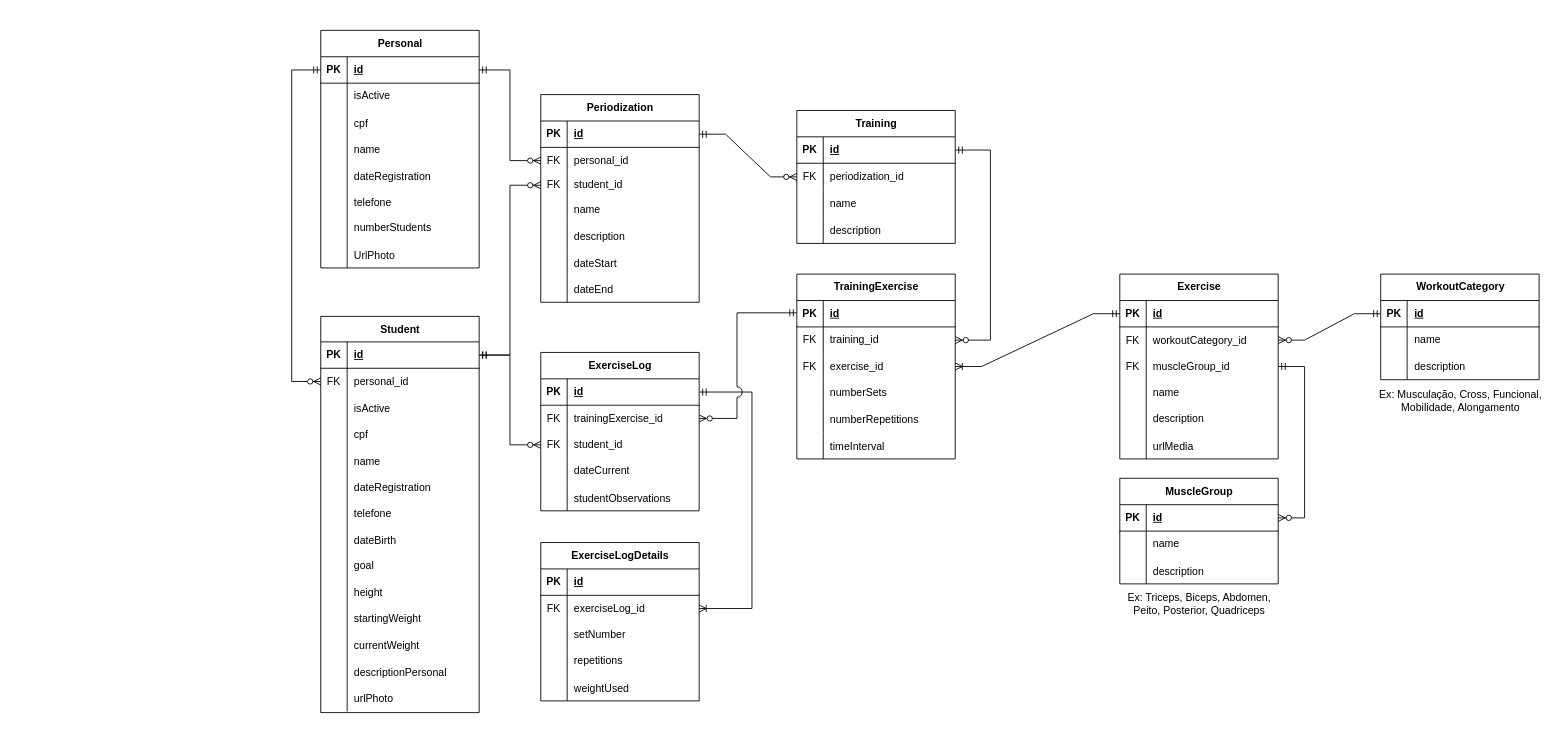
Earlier version of the draw.io diagram Docs/Diagrams/ER-v2.drawio (GubioGarcia/Training). Source tidied: cells renumbered, new cells numbered last; positions are measured from the earlier drawing's top-left corner, leaving out a move shared by most shapes. Both pictures are drawn from the tidied source at 88%, with x=0, y=0 at pixel (291, 30).
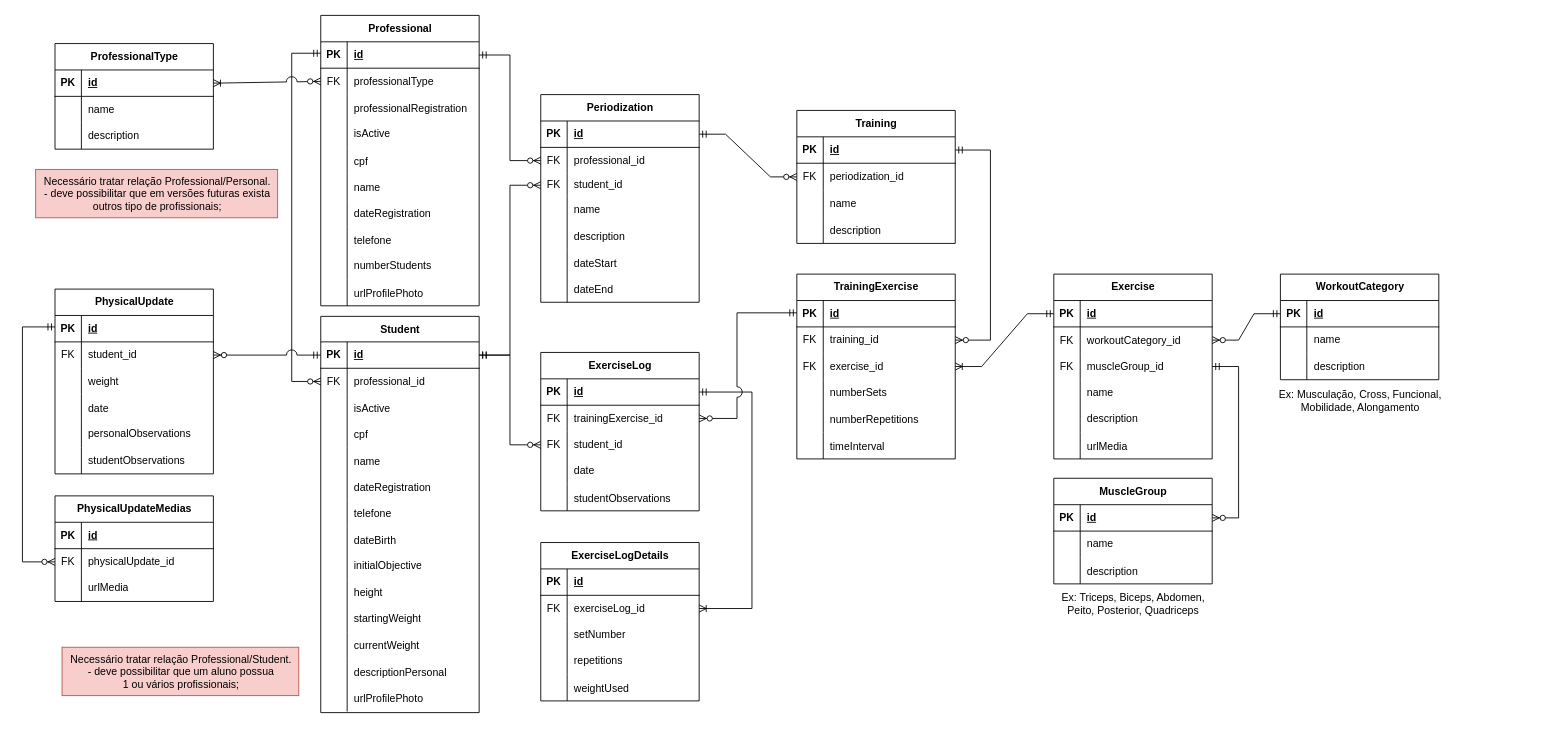
After the change.

Unchanged cells that the change refers to:
```xml
<mxCell id="3" style="shape=tableRow;horizontal=0;startSize=0;swimlaneHead=0;swimlaneBody=0;fillColor=none;points=[[0,0.5],[1,0.5]];portConstraint=eastwest;top=0;left=0;right=0;bottom=1;" parent="2" vertex="1">
  <mxGeometry y="30" width="180" height="30" as="geometry" />
</mxCell>
<mxCell id="28" style="shape=tableRow;horizontal=0;startSize=0;swimlaneHead=0;swimlaneBody=0;fillColor=none;points=[[0,0.5],[1,0.5]];portConstraint=eastwest;top=0;left=0;right=0;bottom=1;" parent="27" vertex="1">
  <mxGeometry y="29" width="180" height="30" as="geometry" />
</mxCell>
<mxCell id="31" style="shape=tableRow;horizontal=0;startSize=0;swimlaneHead=0;swimlaneBody=0;fillColor=none;points=[[0,0.5],[1,0.5]];portConstraint=eastwest;top=0;left=0;right=0;bottom=0;" parent="27" vertex="1">
  <mxGeometry y="59" width="180" height="30" as="geometry" />
</mxCell>
<mxCell id="52" style="shape=tableRow;horizontal=0;startSize=0;swimlaneHead=0;swimlaneBody=0;fillColor=none;top=0;left=0;right=0;bottom=0;" parent="27" vertex="1">
  <mxGeometry y="269" width="180" height="30" as="geometry" />
</mxCell>
<mxCell id="67" style="shape=tableRow;horizontal=0;startSize=0;swimlaneHead=0;swimlaneBody=0;fillColor=none;top=0;left=0;right=0;bottom=0;" parent="27" vertex="1">
  <mxGeometry y="419" width="180" height="30" as="geometry" />
</mxCell>
<mxCell id="74" style="shape=tableRow;horizontal=0;startSize=0;swimlaneHead=0;swimlaneBody=0;fillColor=none;points=[[0,0.5],[1,0.5]];portConstraint=eastwest;top=0;left=0;right=0;bottom=0;" parent="70" vertex="1">
  <mxGeometry y="60" width="180" height="30" as="geometry" />
</mxCell>
<mxCell id="157" style="shape=tableRow;horizontal=0;startSize=0;swimlaneHead=0;swimlaneBody=0;fillColor=none;top=0;left=0;right=0;bottom=0;" parent="147" vertex="1">
  <mxGeometry y="120" width="180" height="30" as="geometry" />
</mxCell>
```

The edit, as a diff of the source:
```diff
@@
-    <mxCell id="2" value="Personal" style="shape=table;startSize=30;childLayout=tableLayout;rowLines=0;fontStyle=1;align=center;html=1;" parent="1" vertex="1">
-      <mxGeometry x="33" width="180" height="270" as="geometry" />
+    <mxCell id="2" value="Professional" style="shape=table;startSize=30;childLayout=tableLayout;rowLines=0;fontStyle=1;align=center;html=1;" parent="1" vertex="1">
+      <mxGeometry x="33" y="-17" width="180" height="330" as="geometry" />
     </mxCell>
@@
+    <mxCell id="208" style="shape=tableRow;horizontal=0;startSize=0;swimlaneHead=0;swimlaneBody=0;fillColor=none;points=[[0,0.5],[1,0.5]];portConstraint=eastwest;top=0;left=0;right=0;bottom=0;" parent="2" vertex="1">
+      <mxGeometry y="60" width="180" height="30" as="geometry" />
+    </mxCell>
+    <mxCell id="209" value="FK" style="shape=partialRectangle;fillColor=none;top=0;left=0;bottom=0;right=0;overflow=hidden;" parent="208" vertex="1">
+      <mxGeometry width="30" height="30" as="geometry" />
+    </mxCell>
+    <mxCell id="210" value="professionalType" style="shape=partialRectangle;fillColor=none;top=0;left=0;bottom=0;right=0;align=left;spacingLeft=6;overflow=hidden;" parent="208" vertex="1">
+      <mxGeometry x="30" width="150" height="30" as="geometry" />
+    </mxCell>
+    <mxCell id="211" style="shape=tableRow;horizontal=0;startSize=0;swimlaneHead=0;swimlaneBody=0;fillColor=none;top=0;left=0;right=0;bottom=0;" parent="2" vertex="1">
+      <mxGeometry y="90" width="180" height="30" as="geometry" />
+    </mxCell>
+    <mxCell id="212" style="shape=partialRectangle;fillColor=none;top=0;left=0;bottom=0;right=0;overflow=hidden;" parent="211" vertex="1">
+      <mxGeometry width="30" height="30" as="geometry" />
+    </mxCell>
+    <mxCell id="213" value="professionalRegistration" style="shape=partialRectangle;fillColor=none;top=0;left=0;bottom=0;right=0;align=left;spacingLeft=6;overflow=hidden;" parent="211" vertex="1">
+      <mxGeometry x="30" width="150" height="30" as="geometry" />
+    </mxCell>
     <mxCell id="6" style="shape=tableRow;horizontal=0;startSize=0;swimlaneHead=0;swimlaneBody=0;fillColor=none;top=0;left=0;right=0;bottom=0;" parent="2" vertex="1">
-      <mxGeometry y="60" width="180" height="30" as="geometry" />
+      <mxGeometry y="120" width="180" height="30" as="geometry" />
     </mxCell>
@@
     <mxCell id="9" style="shape=tableRow;horizontal=0;startSize=0;swimlaneHead=0;swimlaneBody=0;fillColor=none;top=0;left=0;right=0;bottom=0;" parent="2" vertex="1">
-      <mxGeometry y="90" width="180" height="30" as="geometry" />
+      <mxGeometry y="150" width="180" height="30" as="geometry" />
     </mxCell>
@@
     <mxCell id="12" style="shape=tableRow;horizontal=0;startSize=0;swimlaneHead=0;swimlaneBody=0;fillColor=none;top=0;left=0;right=0;bottom=0;" parent="2" vertex="1">
-      <mxGeometry y="120" width="180" height="30" as="geometry" />
+      <mxGeometry y="180" width="180" height="30" as="geometry" />
     </mxCell>
@@
     <mxCell id="15" style="shape=tableRow;horizontal=0;startSize=0;swimlaneHead=0;swimlaneBody=0;fillColor=none;top=0;left=0;right=0;bottom=0;" parent="2" vertex="1">
-      <mxGeometry y="150" width="180" height="30" as="geometry" />
+      <mxGeometry y="210" width="180" height="30" as="geometry" />
     </mxCell>
@@
     <mxCell id="18" style="shape=tableRow;horizontal=0;startSize=0;swimlaneHead=0;swimlaneBody=0;fillColor=none;top=0;left=0;right=0;bottom=0;" parent="2" vertex="1">
-      <mxGeometry y="180" width="180" height="30" as="geometry" />
+      <mxGeometry y="240" width="180" height="30" as="geometry" />
     </mxCell>
@@
     <mxCell id="21" style="shape=tableRow;horizontal=0;startSize=0;swimlaneHead=0;swimlaneBody=0;fillColor=none;top=0;left=0;right=0;bottom=0;" parent="2" vertex="1">
-      <mxGeometry y="210" width="180" height="30" as="geometry" />
+      <mxGeometry y="270" width="180" height="30" as="geometry" />
     </mxCell>
@@
     <mxCell id="24" style="shape=tableRow;horizontal=0;startSize=0;swimlaneHead=0;swimlaneBody=0;fillColor=none;top=0;left=0;right=0;bottom=0;" parent="2" vertex="1">
-      <mxGeometry y="240" width="180" height="30" as="geometry" />
+      <mxGeometry y="300" width="180" height="30" as="geometry" />
     </mxCell>
@@
-    <mxCell id="26" value="UrlPhoto" style="shape=partialRectangle;fillColor=none;top=0;left=0;bottom=0;right=0;align=left;spacingLeft=6;overflow=hidden;" parent="24" vertex="1">
+    <mxCell id="26" value="urlProfilePhoto" style="shape=partialRectangle;fillColor=none;top=0;left=0;bottom=0;right=0;align=left;spacingLeft=6;overflow=hidden;" parent="24" vertex="1">
       <mxGeometry x="30" width="150" height="30" as="geometry" />
     </mxCell>
@@
-    <mxCell id="33" value="personal_id " style="shape=partialRectangle;fillColor=none;top=0;left=0;bottom=0;right=0;align=left;spacingLeft=6;overflow=hidden;" parent="31" vertex="1">
+    <mxCell id="33" value="professional_id " style="shape=partialRectangle;fillColor=none;top=0;left=0;bottom=0;right=0;align=left;spacingLeft=6;overflow=hidden;" parent="31" vertex="1">
       <mxGeometry x="30" width="150" height="30" as="geometry" />
     </mxCell>
@@
-    <mxCell id="54" value="goal" style="shape=partialRectangle;fillColor=none;top=0;left=0;bottom=0;right=0;align=left;spacingLeft=6;overflow=hidden;whiteSpace=wrap;html=1;" parent="52" vertex="1">
+    <mxCell id="54" value="initialObjective" style="shape=partialRectangle;fillColor=none;top=0;left=0;bottom=0;right=0;align=left;spacingLeft=6;overflow=hidden;whiteSpace=wrap;html=1;" parent="52" vertex="1">
       <mxGeometry x="30" width="150" height="30" as="geometry" />
     </mxCell>
@@
-    <mxCell id="69" value="urlPhoto" style="shape=partialRectangle;fillColor=none;top=0;left=0;bottom=0;right=0;align=left;spacingLeft=6;overflow=hidden;" parent="67" vertex="1">
+    <mxCell id="69" value="urlProfilePhoto" style="shape=partialRectangle;fillColor=none;top=0;left=0;bottom=0;right=0;align=left;spacingLeft=6;overflow=hidden;" parent="67" vertex="1">
       <mxGeometry x="30" width="150" height="30" as="geometry" />
     </mxCell>
@@
-    <mxCell id="76" value="personal_id" style="shape=partialRectangle;fillColor=none;top=0;left=0;bottom=0;right=0;align=left;spacingLeft=6;overflow=hidden;whiteSpace=wrap;html=1;" parent="74" vertex="1">
+    <mxCell id="76" value="professional_id" style="shape=partialRectangle;fillColor=none;top=0;left=0;bottom=0;right=0;align=left;spacingLeft=6;overflow=hidden;whiteSpace=wrap;html=1;" parent="74" vertex="1">
       <mxGeometry x="30" width="150" height="30" as="geometry" />
     </mxCell>
@@
     <mxCell id="106" value="Exercise" style="shape=table;startSize=30;childLayout=tableLayout;rowLines=0;fontStyle=1;align=center;html=1;" parent="1" vertex="1">
-      <mxGeometry x="941" y="277" width="180" height="210" as="geometry" />
+      <mxGeometry x="866" y="277" width="180" height="210" as="geometry" />
     </mxCell>
@@
-    <mxCell id="146" style="edgeStyle=orthogonalEdgeStyle;fontSize=12;html=1;endArrow=ERzeroToMany;startArrow=ERmandOne;rounded=0;strokeColor=default;" parent="1" edge="1" source="3" target="31">
+    <mxCell id="146" style="edgeStyle=orthogonalEdgeStyle;fontSize=12;html=1;endArrow=ERzeroToMany;startArrow=ERmandOne;rounded=0;strokeColor=default;jumpStyle=none;jumpSize=13;" parent="1" edge="1" source="3" target="31">
       <mxGeometry relative="1" as="geometry">
         <Array as="points">
-          <mxPoint y="45" />
+          <mxPoint y="26" />
           <mxPoint y="399" />
         </Array>
       </mxGeometry>
     </mxCell>
@@
-    <mxCell id="159" value="dateCurrent" style="shape=partialRectangle;fillColor=none;top=0;left=0;bottom=0;right=0;align=left;spacingLeft=6;overflow=hidden;whiteSpace=wrap;html=1;" parent="157" vertex="1">
+    <mxCell id="159" value="date" style="shape=partialRectangle;fillColor=none;top=0;left=0;bottom=0;right=0;align=left;spacingLeft=6;overflow=hidden;whiteSpace=wrap;html=1;" parent="157" vertex="1">
       <mxGeometry x="30" width="150" height="30" as="geometry" />
     </mxCell>
@@
     <mxCell id="183" value="WorkoutCategory" style="shape=table;startSize=30;childLayout=tableLayout;rowLines=0;fontStyle=1;align=center;html=1;" parent="1" vertex="1">
-      <mxGeometry x="1237.5" y="277" width="180" height="120" as="geometry" />
+      <mxGeometry x="1123.5" y="277" width="180" height="120" as="geometry" />
     </mxCell>
@@
     <mxCell id="193" value="MuscleGroup" style="shape=table;startSize=30;childLayout=tableLayout;rowLines=0;fontStyle=1;align=center;html=1;" parent="1" vertex="1">
-      <mxGeometry x="941" y="509" width="180" height="120" as="geometry" />
+      <mxGeometry x="866" y="509" width="180" height="120" as="geometry" />
     </mxCell>
@@
     <mxCell id="204" value="Ex: Triceps, Biceps, Abdomen,&lt;br&gt;Peito, Posterior, Quadriceps" style="text;html=1;align=center;verticalAlign=middle;strokeColor=none;fillColor=none;" parent="1" vertex="1">
-      <mxGeometry x="940" y="631" width="181" height="41" as="geometry" />
+      <mxGeometry x="865" y="631" width="181" height="41" as="geometry" />
     </mxCell>
     <mxCell id="205" value="Ex: Musculação, Cross, Funcional,&lt;br&gt;Mobilidade, Alongamento" style="text;html=1;align=center;verticalAlign=middle;strokeColor=none;fillColor=none;" parent="1" vertex="1">
-      <mxGeometry x="1226" y="400" width="203" height="41" as="geometry" />
+      <mxGeometry x="1112" y="400" width="203" height="41" as="geometry" />
     </mxCell>
@@
+    <mxCell id="214" value="PhysicalUpdate" style="shape=table;startSize=30;childLayout=tableLayout;rowLines=0;fontStyle=1;align=center;html=1;" parent="1" vertex="1">
+      <mxGeometry x="-269" y="294" width="180" height="210" as="geometry" />
+    </mxCell>
+    <mxCell id="215" style="shape=tableRow;horizontal=0;startSize=0;swimlaneHead=0;swimlaneBody=0;fillColor=none;points=[[0,0.5],[1,0.5]];portConstraint=eastwest;top=0;left=0;right=0;bottom=1;" parent="214" vertex="1">
+      <mxGeometry y="30" width="180" height="30" as="geometry" />
+    </mxCell>
+    <mxCell id="216" value="PK" style="shape=partialRectangle;fillColor=none;top=0;left=0;bottom=0;right=0;fontStyle=1;overflow=hidden;whiteSpace=wrap;html=1;" parent="215" vertex="1">
+      <mxGeometry width="30" height="30" as="geometry" />
+    </mxCell>
+    <mxCell id="217" value="id" style="shape=partialRectangle;fillColor=none;top=0;left=0;bottom=0;right=0;align=left;spacingLeft=6;fontStyle=5;overflow=hidden;whiteSpace=wrap;html=1;" parent="215" vertex="1">
+      <mxGeometry x="30" width="150" height="30" as="geometry" />
+    </mxCell>
+    <mxCell id="218" style="shape=tableRow;horizontal=0;startSize=0;swimlaneHead=0;swimlaneBody=0;fillColor=none;points=[[0,0.5],[1,0.5]];portConstraint=eastwest;top=0;left=0;right=0;bottom=0;" parent="214" vertex="1">
+      <mxGeometry y="60" width="180" height="30" as="geometry" />
+    </mxCell>
+    <mxCell id="219" value="FK" style="shape=partialRectangle;fillColor=none;top=0;left=0;bottom=0;right=0;overflow=hidden;whiteSpace=wrap;html=1;" parent="218" vertex="1">
+      <mxGeometry width="30" height="30" as="geometry" />
+    </mxCell>
+    <mxCell id="220" value="student_id" style="shape=partialRectangle;fillColor=none;top=0;left=0;bottom=0;right=0;align=left;spacingLeft=6;overflow=hidden;whiteSpace=wrap;html=1;" parent="218" vertex="1">
+      <mxGeometry x="30" width="150" height="30" as="geometry" />
+    </mxCell>
+    <mxCell id="221" style="shape=tableRow;horizontal=0;startSize=0;swimlaneHead=0;swimlaneBody=0;fillColor=none;top=0;left=0;right=0;bottom=0;" parent="214" vertex="1">
+      <mxGeometry y="90" width="180" height="30" as="geometry" />
+    </mxCell>
+    <mxCell id="222" style="shape=partialRectangle;fillColor=none;top=0;left=0;bottom=0;right=0;overflow=hidden;" parent="221" vertex="1">
+      <mxGeometry width="30" height="30" as="geometry" />
+    </mxCell>
+    <mxCell id="223" value="weight" style="shape=partialRectangle;fillColor=none;top=0;left=0;bottom=0;right=0;align=left;spacingLeft=6;overflow=hidden;" parent="221" vertex="1">
+      <mxGeometry x="30" width="150" height="30" as="geometry" />
+    </mxCell>
+    <mxCell id="224" style="shape=tableRow;horizontal=0;startSize=0;swimlaneHead=0;swimlaneBody=0;fillColor=none;top=0;left=0;right=0;bottom=0;" parent="214" vertex="1">
+      <mxGeometry y="120" width="180" height="30" as="geometry" />
+    </mxCell>
+    <mxCell id="225" style="shape=partialRectangle;fillColor=none;top=0;left=0;bottom=0;right=0;overflow=hidden;" parent="224" vertex="1">
+      <mxGeometry width="30" height="30" as="geometry" />
+    </mxCell>
+    <mxCell id="226" value="date" style="shape=partialRectangle;fillColor=none;top=0;left=0;bottom=0;right=0;align=left;spacingLeft=6;overflow=hidden;" parent="224" vertex="1">
+      <mxGeometry x="30" width="150" height="30" as="geometry" />
+    </mxCell>
+    <mxCell id="227" style="shape=tableRow;horizontal=0;startSize=0;swimlaneHead=0;swimlaneBody=0;fillColor=none;top=0;left=0;right=0;bottom=0;" parent="214" vertex="1">
+      <mxGeometry y="150" width="180" height="30" as="geometry" />
+    </mxCell>
+    <mxCell id="228" style="shape=partialRectangle;fillColor=none;top=0;left=0;bottom=0;right=0;overflow=hidden;whiteSpace=wrap;html=1;" parent="227" vertex="1">
+      <mxGeometry width="30" height="30" as="geometry" />
+    </mxCell>
+    <mxCell id="229" value="personalObservations" style="shape=partialRectangle;fillColor=none;top=0;left=0;bottom=0;right=0;align=left;spacingLeft=6;overflow=hidden;whiteSpace=wrap;html=1;" parent="227" vertex="1">
+      <mxGeometry x="30" width="150" height="30" as="geometry" />
+    </mxCell>
+    <mxCell id="230" style="shape=tableRow;horizontal=0;startSize=0;swimlaneHead=0;swimlaneBody=0;fillColor=none;top=0;left=0;right=0;bottom=0;" parent="214" vertex="1">
+      <mxGeometry y="180" width="180" height="30" as="geometry" />
+    </mxCell>
+    <mxCell id="231" style="shape=partialRectangle;fillColor=none;top=0;left=0;bottom=0;right=0;overflow=hidden;whiteSpace=wrap;html=1;" parent="230" vertex="1">
+      <mxGeometry width="30" height="30" as="geometry" />
+    </mxCell>
+    <mxCell id="232" value="studentObservations" style="shape=partialRectangle;fillColor=none;top=0;left=0;bottom=0;right=0;align=left;spacingLeft=6;overflow=hidden;whiteSpace=wrap;html=1;" parent="230" vertex="1">
+      <mxGeometry x="30" width="150" height="30" as="geometry" />
+    </mxCell>
+    <mxCell id="233" style="edgeStyle=entityRelationEdgeStyle;fontSize=12;html=1;endArrow=ERzeroToMany;startArrow=ERmandOne;rounded=0;jumpStyle=arc;jumpSize=12;" parent="1" edge="1" source="28" target="218">
+      <mxGeometry relative="1" as="geometry" />
+    </mxCell>
+    <mxCell id="234" value="PhysicalUpdateMedias" style="shape=table;startSize=30;childLayout=tableLayout;rowLines=0;fontStyle=1;align=center;html=1;" parent="1" vertex="1">
+      <mxGeometry x="-269" y="529" width="180" height="120" as="geometry" />
+    </mxCell>
+    <mxCell id="235" style="shape=tableRow;horizontal=0;startSize=0;swimlaneHead=0;swimlaneBody=0;fillColor=none;top=0;left=0;right=0;bottom=1;" parent="234" vertex="1">
+      <mxGeometry y="30" width="180" height="30" as="geometry" />
+    </mxCell>
+    <mxCell id="236" value="PK" style="shape=partialRectangle;fillColor=none;top=0;left=0;bottom=0;right=0;fontStyle=1;overflow=hidden;whiteSpace=wrap;html=1;" parent="235" vertex="1">
+      <mxGeometry width="30" height="30" as="geometry" />
+    </mxCell>
+    <mxCell id="237" value="id" style="shape=partialRectangle;fillColor=none;top=0;left=0;bottom=0;right=0;align=left;spacingLeft=6;fontStyle=5;overflow=hidden;whiteSpace=wrap;html=1;" parent="235" vertex="1">
+      <mxGeometry x="30" width="150" height="30" as="geometry" />
+    </mxCell>
+    <mxCell id="238" style="shape=tableRow;horizontal=0;startSize=0;swimlaneHead=0;swimlaneBody=0;fillColor=none;points=[[0,0.5],[1,0.5]];portConstraint=eastwest;top=0;left=0;right=0;bottom=0;" parent="234" vertex="1">
+      <mxGeometry y="60" width="180" height="30" as="geometry" />
+    </mxCell>
+    <mxCell id="239" value="FK" style="shape=partialRectangle;fillColor=none;top=0;left=0;bottom=0;right=0;overflow=hidden;whiteSpace=wrap;html=1;" parent="238" vertex="1">
+      <mxGeometry width="30" height="30" as="geometry" />
+    </mxCell>
+    <mxCell id="240" value="physicalUpdate_id" style="shape=partialRectangle;fillColor=none;top=0;left=0;bottom=0;right=0;align=left;spacingLeft=6;overflow=hidden;whiteSpace=wrap;html=1;" parent="238" vertex="1">
+      <mxGeometry x="30" width="150" height="30" as="geometry" />
+    </mxCell>
+    <mxCell id="241" style="shape=tableRow;horizontal=0;startSize=0;swimlaneHead=0;swimlaneBody=0;fillColor=none;top=0;left=0;right=0;bottom=0;" parent="234" vertex="1">
+      <mxGeometry y="90" width="180" height="30" as="geometry" />
+    </mxCell>
+    <mxCell id="242" style="shape=partialRectangle;fillColor=none;top=0;left=0;bottom=0;right=0;overflow=hidden;whiteSpace=wrap;html=1;" parent="241" vertex="1">
+      <mxGeometry width="30" height="30" as="geometry" />
+    </mxCell>
+    <mxCell id="243" value="urlMedia" style="shape=partialRectangle;fillColor=none;top=0;left=0;bottom=0;right=0;align=left;spacingLeft=6;overflow=hidden;whiteSpace=wrap;html=1;" parent="241" vertex="1">
+      <mxGeometry x="30" width="150" height="30" as="geometry" />
+    </mxCell>
+    <mxCell id="244" style="edgeStyle=orthogonalEdgeStyle;fontSize=12;html=1;endArrow=ERzeroToMany;startArrow=ERmandOne;rounded=0;strokeColor=default;jumpStyle=none;jumpSize=13;" parent="1" edge="1" source="215" target="238">
+      <mxGeometry relative="1" as="geometry">
+        <Array as="points">
+          <mxPoint x="-306" y="337" />
+          <mxPoint x="-306" y="604" />
+        </Array>
+      </mxGeometry>
+    </mxCell>
+    <mxCell id="245" value="ProfessionalType" style="shape=table;startSize=30;childLayout=tableLayout;rowLines=0;fontStyle=1;align=center;html=1;" parent="1" vertex="1">
+      <mxGeometry x="-269" y="15" width="180" height="120" as="geometry" />
+    </mxCell>
+    <mxCell id="246" style="shape=tableRow;horizontal=0;startSize=0;swimlaneHead=0;swimlaneBody=0;fillColor=none;points=[[0,0.5],[1,0.5]];portConstraint=eastwest;top=0;left=0;right=0;bottom=1;" parent="245" vertex="1">
+      <mxGeometry y="30" width="180" height="30" as="geometry" />
+    </mxCell>
+    <mxCell id="247" value="PK" style="shape=partialRectangle;fillColor=none;top=0;left=0;bottom=0;right=0;fontStyle=1;overflow=hidden;whiteSpace=wrap;html=1;" parent="246" vertex="1">
+      <mxGeometry width="30" height="30" as="geometry" />
+    </mxCell>
+    <mxCell id="248" value="id" style="shape=partialRectangle;fillColor=none;top=0;left=0;bottom=0;right=0;align=left;spacingLeft=6;fontStyle=5;overflow=hidden;whiteSpace=wrap;html=1;" parent="246" vertex="1">
+      <mxGeometry x="30" width="150" height="30" as="geometry" />
+    </mxCell>
+    <mxCell id="249" style="shape=tableRow;horizontal=0;startSize=0;swimlaneHead=0;swimlaneBody=0;fillColor=none;top=0;left=0;right=0;bottom=0;" parent="245" vertex="1">
+      <mxGeometry y="60" width="180" height="30" as="geometry" />
+    </mxCell>
+    <mxCell id="250" style="shape=partialRectangle;fillColor=none;top=0;left=0;bottom=0;right=0;overflow=hidden;whiteSpace=wrap;html=1;" parent="249" vertex="1">
+      <mxGeometry width="30" height="30" as="geometry" />
+    </mxCell>
+    <mxCell id="251" value="name" style="shape=partialRectangle;fillColor=none;top=0;left=0;bottom=0;right=0;align=left;spacingLeft=6;overflow=hidden;whiteSpace=wrap;html=1;" parent="249" vertex="1">
+      <mxGeometry x="30" width="150" height="30" as="geometry" />
+    </mxCell>
+    <mxCell id="252" style="shape=tableRow;horizontal=0;startSize=0;swimlaneHead=0;swimlaneBody=0;fillColor=none;top=0;left=0;right=0;bottom=0;" parent="245" vertex="1">
+      <mxGeometry y="90" width="180" height="30" as="geometry" />
+    </mxCell>
+    <mxCell id="253" style="shape=partialRectangle;fillColor=none;top=0;left=0;bottom=0;right=0;overflow=hidden;whiteSpace=wrap;html=1;" parent="252" vertex="1">
+      <mxGeometry width="30" height="30" as="geometry" />
+    </mxCell>
+    <mxCell id="254" value="description" style="shape=partialRectangle;fillColor=none;top=0;left=0;bottom=0;right=0;align=left;spacingLeft=6;overflow=hidden;whiteSpace=wrap;html=1;" parent="252" vertex="1">
+      <mxGeometry x="30" width="150" height="30" as="geometry" />
+    </mxCell>
+    <mxCell id="255" style="edgeStyle=entityRelationEdgeStyle;fontSize=12;html=1;endArrow=ERoneToMany;startArrow=ERzeroToMany;rounded=0;jumpStyle=arc;jumpSize=12;" parent="1" edge="1" source="208" target="246">
+      <mxGeometry relative="1" as="geometry" />
+    </mxCell>
+    <mxCell id="256" value="Necessário tratar relação Professional/Personal.&lt;br&gt;- deve possibilitar que em versões futuras exista&lt;br&gt;outros tipo de profissionais;" style="text;html=1;align=center;verticalAlign=middle;strokeColor=#b85450;fillColor=#f8cecc;" parent="1" vertex="1">
+      <mxGeometry x="-291" y="158" width="275" height="55" as="geometry" />
+    </mxCell>
+    <mxCell id="257" value="Necessário tratar relação Professional/Student.&lt;br&gt;- deve possibilitar que um aluno possua&lt;br&gt;1 ou vários profissionais;" style="text;html=1;align=center;verticalAlign=middle;strokeColor=#b85450;fillColor=#f8cecc;" parent="1" vertex="1">
+      <mxGeometry x="-261" y="701" width="269" height="55" as="geometry" />
+    </mxCell>
```
